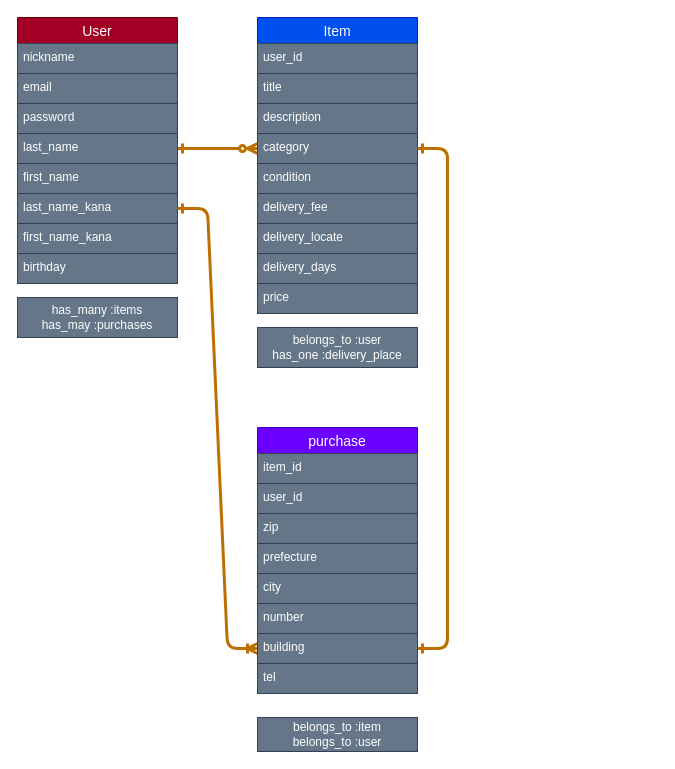
The draw.io diagram furima.dio in likeapanther/furima-28615, before the edit. Source tidied: cells renumbered, new cells numbered last; positions are measured from the earlier drawing's top-left corner, leaving out a move shared by most shapes. Both pictures are drawn from the tidied source at 100%, with x=0, y=0 at pixel (17, 17).
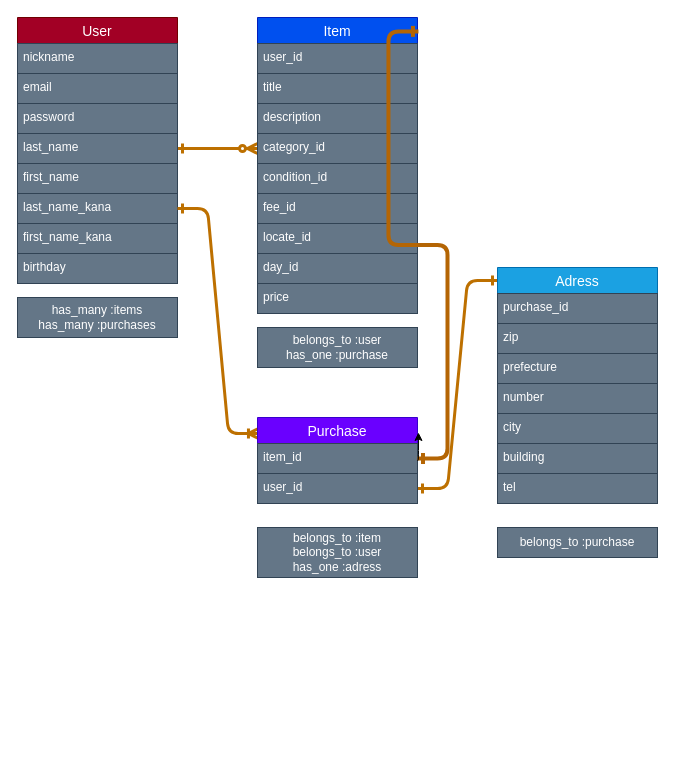
Above is the later version.

The change refers to these unchanged cells:
```xml
<mxCell id="3" value="Item" style="swimlane;fontStyle=0;horizontal=1;startSize=26;align=center;fontSize=14;fillColor=#0050ef;strokeColor=#001DBC;fontColor=#ffffff;" parent="1" vertex="1">
  <mxGeometry x="240" width="160" height="296" as="geometry" />
</mxCell>
<mxCell id="19" value="last_name_kana&#10;" style="text;spacingLeft=4;spacingRight=4;overflow=hidden;points=[[0,0.5],[1,0.5]];portConstraint=eastwest;fontSize=12;fillColor=#647687;strokeColor=#314354;fontColor=#ffffff;" parent="13" vertex="1">
  <mxGeometry y="176" width="160" height="30" as="geometry" />
</mxCell>
<mxCell id="28" value="item_id" style="text;spacingLeft=4;spacingRight=4;overflow=hidden;points=[[0,0.5],[1,0.5]];portConstraint=eastwest;fontSize=12;fillColor=#647687;strokeColor=#314354;fontColor=#ffffff;" parent="27" vertex="1">
  <mxGeometry y="26" width="160" height="30" as="geometry" />
</mxCell>
<mxCell id="29" value="user_id" style="text;spacingLeft=4;spacingRight=4;overflow=hidden;points=[[0,0.5],[1,0.5]];portConstraint=eastwest;fontSize=12;fillColor=#647687;strokeColor=#314354;fontColor=#ffffff;" parent="27" vertex="1">
  <mxGeometry y="56" width="160" height="30" as="geometry" />
</mxCell>
```

What changed in the source:
```diff
@@
-    <mxCell id="7" value="category" style="text;spacingLeft=4;spacingRight=4;overflow=hidden;points=[[0,0.5],[1,0.5]];portConstraint=eastwest;fontSize=12;fillColor=#647687;strokeColor=#314354;fontColor=#ffffff;" parent="3" vertex="1">
+    <mxCell id="7" value="category_id" style="text;spacingLeft=4;spacingRight=4;overflow=hidden;points=[[0,0.5],[1,0.5]];portConstraint=eastwest;fontSize=12;fillColor=#647687;strokeColor=#314354;fontColor=#ffffff;" parent="3" vertex="1">
       <mxGeometry y="116" width="160" height="30" as="geometry" />
     </mxCell>
-    <mxCell id="8" value="condition" style="text;spacingLeft=4;spacingRight=4;overflow=hidden;fontSize=12;fillColor=#647687;strokeColor=#314354;fontColor=#ffffff;" parent="3" vertex="1">
+    <mxCell id="8" value="condition_id" style="text;spacingLeft=4;spacingRight=4;overflow=hidden;fontSize=12;fillColor=#647687;strokeColor=#314354;fontColor=#ffffff;" parent="3" vertex="1">
       <mxGeometry y="146" width="160" height="30" as="geometry" />
     </mxCell>
-    <mxCell id="9" value="delivery_fee" style="text;spacingLeft=4;spacingRight=4;overflow=hidden;fontSize=12;fillColor=#647687;strokeColor=#314354;fontColor=#ffffff;" parent="3" vertex="1">
+    <mxCell id="9" value="fee_id" style="text;spacingLeft=4;spacingRight=4;overflow=hidden;fontSize=12;fillColor=#647687;strokeColor=#314354;fontColor=#ffffff;" parent="3" vertex="1">
       <mxGeometry y="176" width="160" height="30" as="geometry" />
     </mxCell>
-    <mxCell id="10" value="delivery_locate" style="text;spacingLeft=4;spacingRight=4;overflow=hidden;fontSize=12;fillColor=#647687;strokeColor=#314354;fontColor=#ffffff;" parent="3" vertex="1">
+    <mxCell id="10" value="locate_id" style="text;spacingLeft=4;spacingRight=4;overflow=hidden;fontSize=12;fillColor=#647687;strokeColor=#314354;fontColor=#ffffff;" parent="3" vertex="1">
       <mxGeometry y="206" width="160" height="30" as="geometry" />
     </mxCell>
-    <mxCell id="11" value="delivery_days" style="text;spacingLeft=4;spacingRight=4;overflow=hidden;fontSize=12;fillColor=#647687;strokeColor=#314354;fontColor=#ffffff;" parent="3" vertex="1">
+    <mxCell id="11" value="day_id" style="text;spacingLeft=4;spacingRight=4;overflow=hidden;fontSize=12;fillColor=#647687;strokeColor=#314354;fontColor=#ffffff;" parent="3" vertex="1">
       <mxGeometry y="236" width="160" height="30" as="geometry" />
     </mxCell>
@@
-    <mxCell id="22" style="edgeStyle=entityRelationEdgeStyle;fontSize=12;html=1;endArrow=ERone;endFill=0;exitX=1;exitY=0.5;exitDx=0;exitDy=0;startArrow=ERone;startFill=0;fillColor=#f0a30a;strokeColor=#BD7000;jumpSize=8;strokeWidth=3;" parent="1" edge="1" source="7" target="34">
+    <mxCell id="22" style="edgeStyle=entityRelationEdgeStyle;fontSize=12;html=1;endArrow=ERone;endFill=0;startArrow=ERone;startFill=0;fillColor=#f0a30a;strokeColor=#BD7000;jumpSize=8;strokeWidth=3;exitX=1;exitY=0.5;exitDx=0;exitDy=0;entryX=0;entryY=0.055;entryDx=0;entryDy=0;entryPerimeter=0;" parent="1" edge="1" source="29" target="39">
       <mxGeometry relative="1" as="geometry" />
     </mxCell>
-    <mxCell id="23" value="has_many :items&lt;br&gt;has_may :purchases" style="whiteSpace=wrap;html=1;align=center;strokeColor=#314354;fontColor=#ffffff;fillColor=#647687;" parent="1" vertex="1">
+    <mxCell id="23" value="has_many :items&lt;br&gt;has_many :purchases" style="whiteSpace=wrap;html=1;align=center;strokeColor=#314354;fontColor=#ffffff;fillColor=#647687;" parent="1" vertex="1">
       <mxGeometry y="280" width="160" height="40" as="geometry" />
     </mxCell>
-    <mxCell id="24" value="belongs_to :user&lt;br&gt;has_one :delivery_place" style="whiteSpace=wrap;html=1;align=center;fillColor=#647687;strokeColor=#314354;fontColor=#ffffff;" parent="1" vertex="1">
+    <mxCell id="24" value="belongs_to :user&lt;br&gt;has_one :purchase" style="whiteSpace=wrap;html=1;align=center;fillColor=#647687;strokeColor=#314354;fontColor=#ffffff;" parent="1" vertex="1">
       <mxGeometry x="240" y="310" width="160" height="40" as="geometry" />
     </mxCell>
-    <mxCell id="25" value="belongs_to :item&lt;br&gt;belongs_to :user" style="whiteSpace=wrap;html=1;align=center;fillColor=#647687;strokeColor=#314354;fontColor=#ffffff;" parent="1" vertex="1">
-      <mxGeometry x="240" y="700" width="160" height="34" as="geometry" />
+    <mxCell id="25" value="belongs_to :item&lt;br&gt;belongs_to :user&lt;br&gt;has_one :adress" style="whiteSpace=wrap;html=1;align=center;fillColor=#647687;strokeColor=#314354;fontColor=#ffffff;" parent="1" vertex="1">
+      <mxGeometry x="240" y="510" width="160" height="50" as="geometry" />
     </mxCell>
-    <mxCell id="26" style="edgeStyle=entityRelationEdgeStyle;fontSize=12;html=1;endArrow=ERoneToMany;entryX=0;entryY=0.5;entryDx=0;entryDy=0;exitX=1;exitY=0.5;exitDx=0;exitDy=0;startArrow=ERone;startFill=0;fillColor=#f0a30a;strokeColor=#BD7000;jumpSize=8;strokeWidth=3;" parent="1" edge="1" source="19" target="34">
+    <mxCell id="26" style="edgeStyle=entityRelationEdgeStyle;fontSize=12;html=1;endArrow=ERoneToMany;entryX=0.006;entryY=0.186;entryDx=0;entryDy=0;exitX=1;exitY=0.5;exitDx=0;exitDy=0;startArrow=ERone;startFill=0;fillColor=#f0a30a;strokeColor=#BD7000;jumpSize=8;strokeWidth=3;entryPerimeter=0;" parent="1" edge="1" source="19" target="27">
       <mxGeometry relative="1" as="geometry" />
     </mxCell>
-    <mxCell id="27" value="purchase" style="swimlane;fontStyle=0;horizontal=1;startSize=26;align=center;fontSize=14;fillColor=#6a00ff;strokeColor=#3700CC;fontColor=#ffffff;" parent="1" vertex="1">
-      <mxGeometry x="240" y="410" width="160" height="266" as="geometry" />
+    <mxCell id="27" value="Purchase" style="swimlane;fontStyle=0;horizontal=1;startSize=26;align=center;fontSize=14;fillColor=#6a00ff;strokeColor=#3700CC;fontColor=#ffffff;" parent="1" vertex="1">
+      <mxGeometry x="240" y="400" width="160" height="86" as="geometry" />
     </mxCell>
@@
+    <mxCell id="36" style="edgeStyle=entityRelationEdgeStyle;fontSize=12;html=1;endArrow=ERone;exitX=1.006;exitY=0.047;exitDx=0;exitDy=0;exitPerimeter=0;startArrow=ERone;startFill=0;endFill=0;fillColor=#fad7ac;strokeColor=#b46504;strokeWidth=4;" parent="1" edge="1" source="3" target="28">
+      <mxGeometry relative="1" as="geometry" />
+    </mxCell>
+    <mxCell id="37" style="edgeStyle=orthogonalEdgeStyle;curved=0;rounded=1;sketch=0;orthogonalLoop=1;jettySize=auto;html=1;exitX=1;exitY=0.5;exitDx=0;exitDy=0;entryX=1.006;entryY=0.174;entryDx=0;entryDy=0;entryPerimeter=0;" parent="1" edge="1" source="27" target="27">
+      <mxGeometry relative="1" as="geometry" />
+    </mxCell>
+    <mxCell id="38" value="belongs_to :purchase" style="whiteSpace=wrap;html=1;align=center;fillColor=#647687;strokeColor=#314354;fontColor=#ffffff;" parent="1" vertex="1">
+      <mxGeometry x="480" y="510" width="160" height="30" as="geometry" />
+    </mxCell>
+    <mxCell id="39" value="Adress" style="swimlane;fontStyle=0;horizontal=1;startSize=26;align=center;fontSize=14;rounded=0;sketch=0;fillColor=#1ba1e2;strokeColor=#006EAF;fontColor=#ffffff;" parent="1" vertex="1">
+      <mxGeometry x="480" y="250" width="160" height="236" as="geometry" />
+    </mxCell>
-    <mxCell id="30" value="zip" style="text;spacingLeft=4;spacingRight=4;overflow=hidden;fontSize=12;fillColor=#647687;strokeColor=#314354;fontColor=#ffffff;" parent="27" vertex="1">
-      <mxGeometry y="86" width="160" height="30" as="geometry" />
+    <mxCell id="30" value="purchase_id" style="text;spacingLeft=4;spacingRight=4;overflow=hidden;fontSize=12;fillColor=#647687;strokeColor=#314354;fontColor=#ffffff;" parent="39" vertex="1">
+      <mxGeometry y="26" width="160" height="30" as="geometry" />
     </mxCell>
+    <mxCell id="40" value="zip" style="text;spacingLeft=4;spacingRight=4;overflow=hidden;fontSize=12;fillColor=#647687;strokeColor=#314354;fontColor=#ffffff;" parent="39" vertex="1">
+      <mxGeometry y="56" width="160" height="30" as="geometry" />
+    </mxCell>
-    <mxCell id="31" value="prefecture" style="text;spacingLeft=4;spacingRight=4;overflow=hidden;fontSize=12;fillColor=#647687;strokeColor=#314354;fontColor=#ffffff;" parent="27" vertex="1">
-      <mxGeometry y="116" width="160" height="30" as="geometry" />
+    <mxCell id="31" value="prefecture" style="text;spacingLeft=4;spacingRight=4;overflow=hidden;fontSize=12;fillColor=#647687;strokeColor=#314354;fontColor=#ffffff;" parent="39" vertex="1">
+      <mxGeometry y="86" width="160" height="30" as="geometry" />
     </mxCell>
+    <mxCell id="33" value="number&#10;" style="text;spacingLeft=4;spacingRight=4;overflow=hidden;fontSize=12;fillColor=#647687;strokeColor=#314354;fontColor=#ffffff;" parent="39" vertex="1">
+      <mxGeometry y="116" width="160" height="30" as="geometry" />
+    </mxCell>
-    <mxCell id="32" value="city" style="text;spacingLeft=4;spacingRight=4;overflow=hidden;fontSize=12;fillColor=#647687;strokeColor=#314354;fontColor=#ffffff;" parent="27" vertex="1">
+    <mxCell id="32" value="city" style="text;spacingLeft=4;spacingRight=4;overflow=hidden;fontSize=12;fillColor=#647687;strokeColor=#314354;fontColor=#ffffff;" parent="39" vertex="1">
       <mxGeometry y="146" width="160" height="30" as="geometry" />
     </mxCell>
-    <mxCell id="33" value="number&#10;" style="text;spacingLeft=4;spacingRight=4;overflow=hidden;fontSize=12;fillColor=#647687;strokeColor=#314354;fontColor=#ffffff;" parent="27" vertex="1">
-      <mxGeometry y="176" width="160" height="30" as="geometry" />
-    </mxCell>
-    <mxCell id="34" value="building" style="text;spacingLeft=4;spacingRight=4;overflow=hidden;points=[[0,0.5],[1,0.5]];portConstraint=eastwest;fontSize=12;fillColor=#647687;strokeColor=#314354;fontColor=#ffffff;" parent="27" vertex="1">
-      <mxGeometry y="206" width="160" height="30" as="geometry" />
+    <mxCell id="34" value="building" style="text;spacingLeft=4;spacingRight=4;overflow=hidden;points=[[0,0.5],[1,0.5]];portConstraint=eastwest;fontSize=12;fillColor=#647687;strokeColor=#314354;fontColor=#ffffff;" parent="39" vertex="1">
+      <mxGeometry y="176" width="160" height="30" as="geometry" />
     </mxCell>
-    <mxCell id="35" value="tel" style="text;spacingLeft=4;spacingRight=4;overflow=hidden;fontSize=12;fillColor=#647687;strokeColor=#314354;fontColor=#ffffff;" parent="27" vertex="1">
-      <mxGeometry y="236" width="160" height="30" as="geometry" />
+    <mxCell id="35" value="tel" style="text;spacingLeft=4;spacingRight=4;overflow=hidden;fontSize=12;fillColor=#647687;strokeColor=#314354;fontColor=#ffffff;" parent="39" vertex="1">
+      <mxGeometry y="206" width="160" height="30" as="geometry" />
     </mxCell>
```
